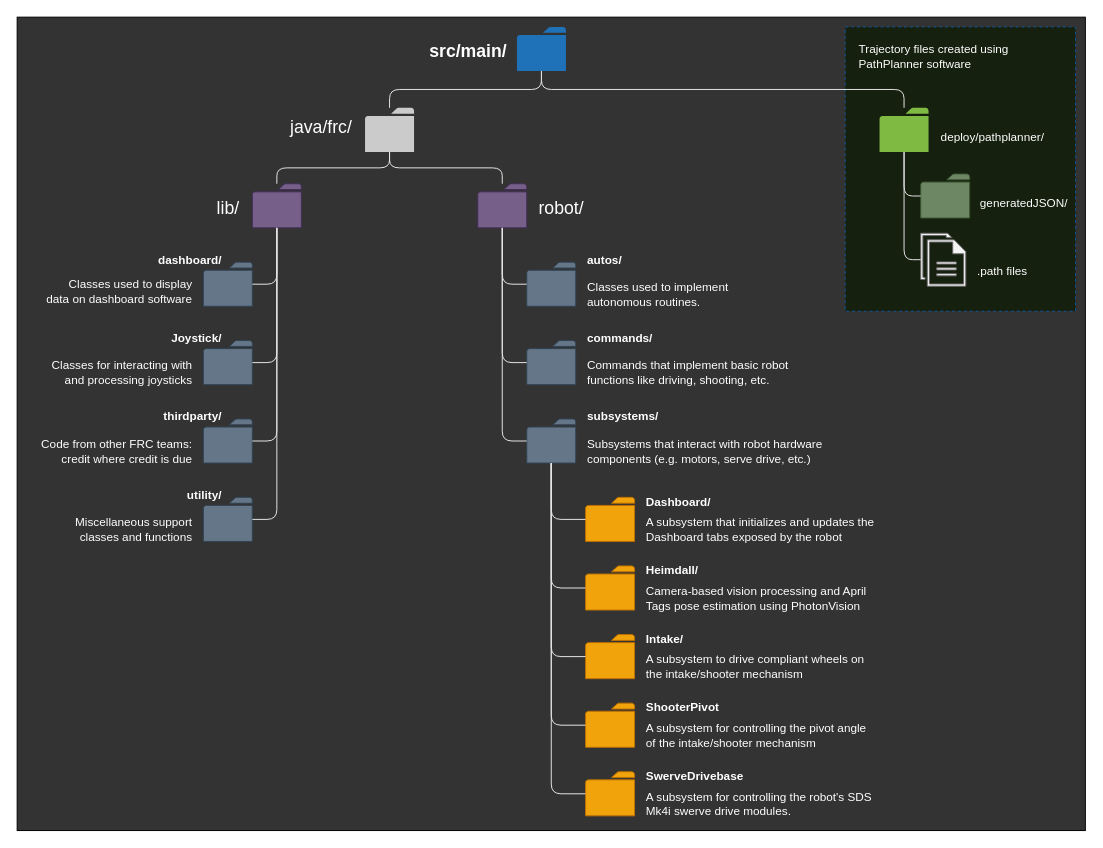
Earlier version of the draw.io diagram doc/graphics/repo-file-tree.drawio (FRC5920/2023). Source tidied: cells renumbered, new cells numbered last; positions are measured from the earlier drawing's top-left corner, leaving out a move shared by most shapes. Both pictures are drawn from the tidied source at 98%, with x=0, y=0 at pixel (17, 17).
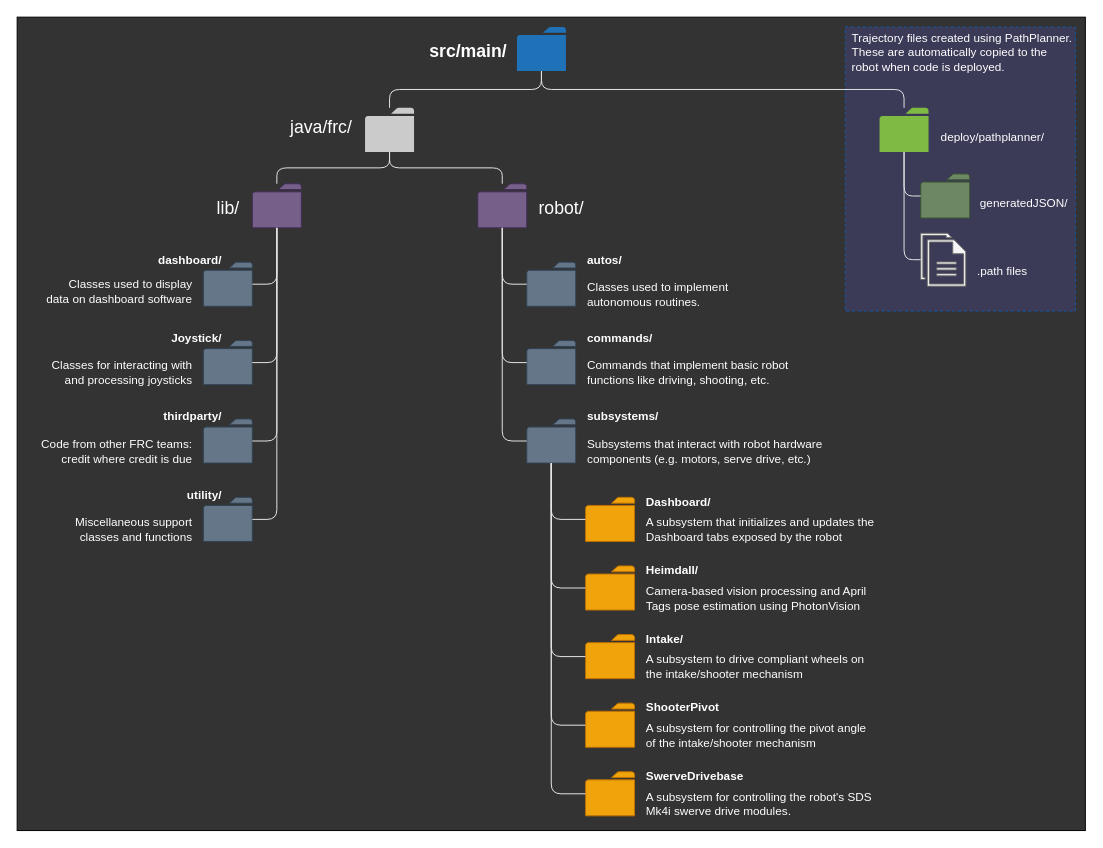
The same diagram, later.

Diff of the diagram source:
```diff
@@
-    <mxCell id="4" style="rounded=0;whiteSpace=wrap;html=1;fontSize=18;fillColor=#0A1900;strokeColor=#0066CC;fontColor=#ffffff;dashed=1;opacity=70;" parent="3" vertex="1">
+    <mxCell id="4" style="rounded=0;whiteSpace=wrap;html=1;fontSize=18;fillColor=#3F3F69;strokeColor=#0066CC;fontColor=#ffffff;dashed=1;opacity=70;" parent="3" vertex="1">
       <mxGeometry x="845" y="10" width="235" height="290" as="geometry" />
     </mxCell>
@@
-    <mxCell id="73" value="&lt;div style=&quot;&quot;&gt;Trajectory files created using&lt;/div&gt;&lt;div style=&quot;&quot;&gt;PathPlanner&amp;nbsp;&lt;span style=&quot;background-color: initial;&quot;&gt;software&lt;/span&gt;&lt;/div&gt;" style="text;html=1;align=left;verticalAlign=middle;strokeColor=none;fillColor=none;fontColor=#FFFFFF;" parent="3" vertex="1">
-      <mxGeometry x="857" y="20" width="180" height="40" as="geometry" />
+    <mxCell id="73" value="&lt;div style=&quot;&quot;&gt;&lt;br&gt;&lt;/div&gt;" style="text;html=1;align=left;verticalAlign=middle;strokeColor=none;fillColor=none;fontColor=#FFFFFF;" parent="3" vertex="1">
+      <mxGeometry x="857" y="25" width="20" height="30" as="geometry" />
     </mxCell>
+    <mxCell id="74" value="&lt;div style=&quot;border-color: rgb(0, 0, 0); color: rgb(255, 255, 255); font-family: Helvetica; font-size: 12px; font-style: normal; font-variant-ligatures: normal; font-variant-caps: normal; font-weight: 400; letter-spacing: normal; orphans: 2; text-align: left; text-indent: 0px; text-transform: none; widows: 2; word-spacing: 0px; -webkit-text-stroke-width: 0px; text-decoration-thickness: initial; text-decoration-style: initial; text-decoration-color: initial;&quot;&gt;Trajectory files created using&amp;nbsp;&lt;span style=&quot;border-color: rgb(0, 0, 0);&quot;&gt;PathPlanner.&lt;/span&gt;&lt;/div&gt;&lt;div style=&quot;border-color: rgb(0, 0, 0); color: rgb(255, 255, 255); font-family: Helvetica; font-size: 12px; font-style: normal; font-variant-ligatures: normal; font-variant-caps: normal; font-weight: 400; letter-spacing: normal; orphans: 2; text-align: left; text-indent: 0px; text-transform: none; widows: 2; word-spacing: 0px; -webkit-text-stroke-width: 0px; text-decoration-thickness: initial; text-decoration-style: initial; text-decoration-color: initial;&quot;&gt;&lt;span style=&quot;border-color: rgb(0, 0, 0);&quot;&gt;These are automatically copied to the robot&amp;nbsp;&lt;/span&gt;&lt;span style=&quot;background-color: initial;&quot;&gt;when code is deployed.&lt;/span&gt;&lt;/div&gt;" style="text;whiteSpace=wrap;html=1;fillColor=none;" parent="3" vertex="1">
+      <mxGeometry x="850" y="7.5" width="230" height="50" as="geometry" />
+    </mxCell>
```
